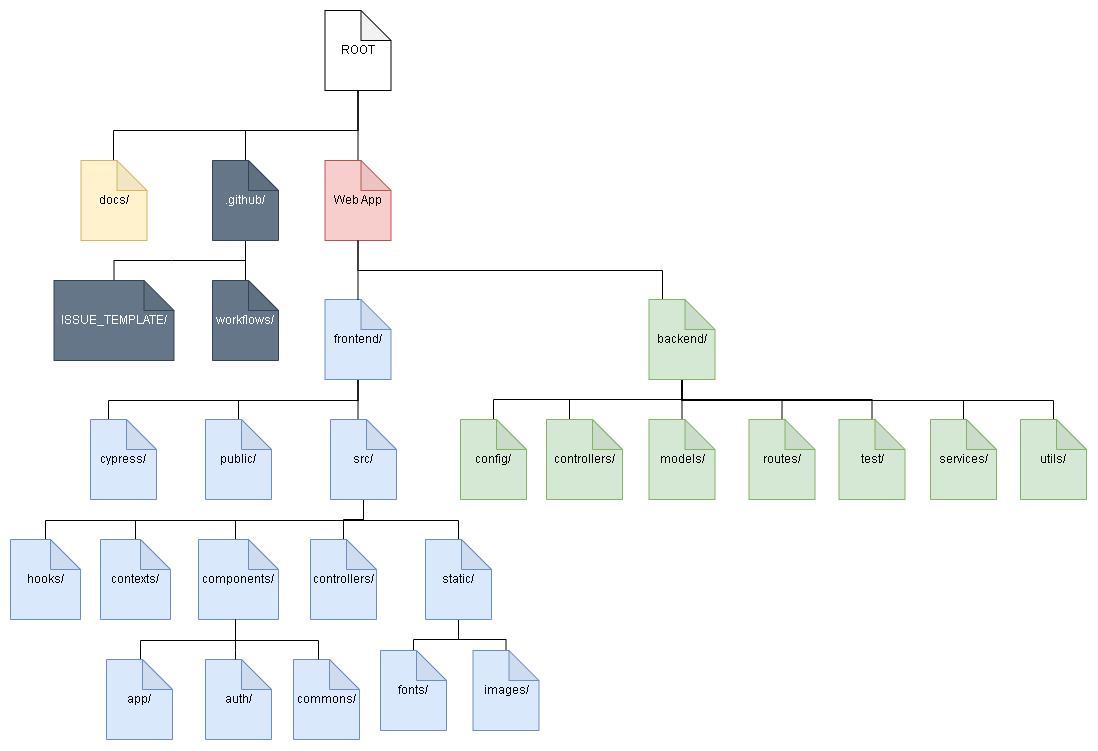
TommyRiquet/PVonWeb keeps this draw.io diagram as docs/diagram/filestructure/FileStructurePVW.drawio.png. Above is the earlier version. Source tidied: cells renumbered, new cells last; positions are measured from the earlier drawing's top-left corner, leaving out a move shared by most shapes.
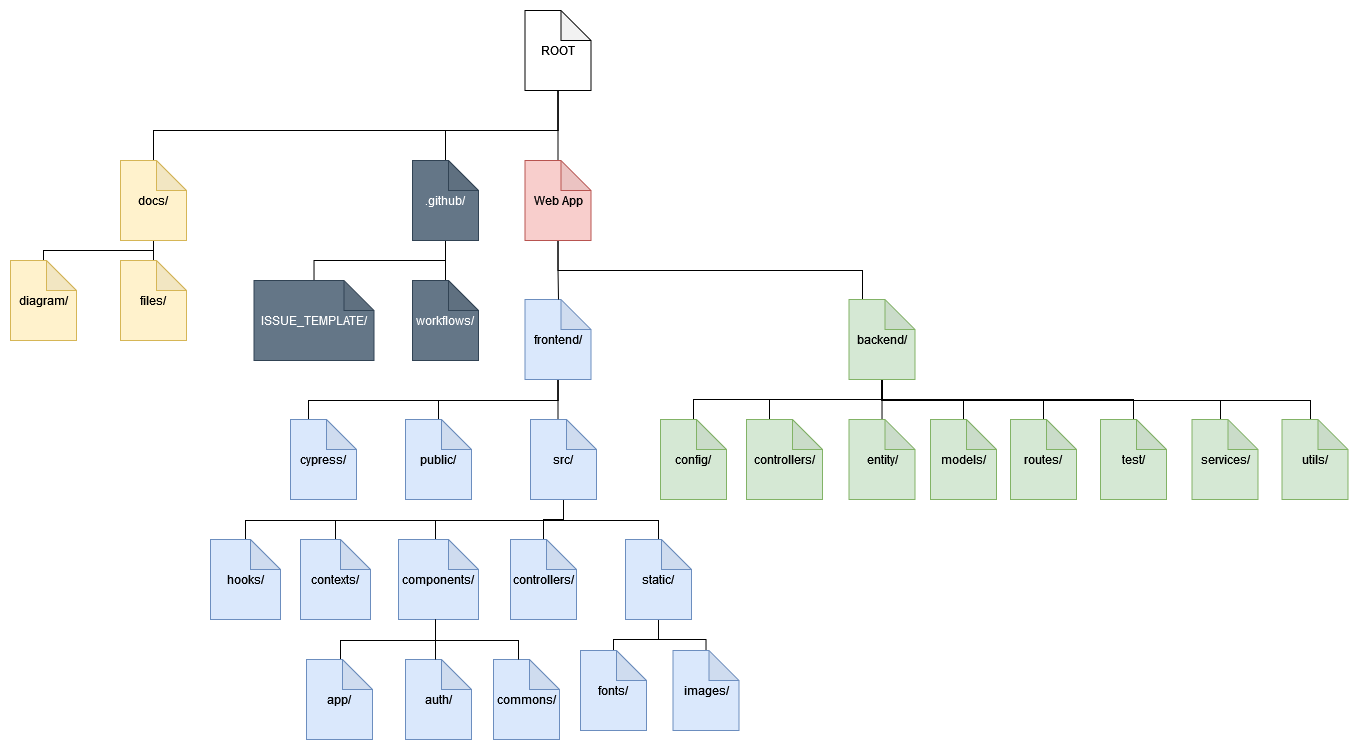
The same diagram one commit later.

Change to the diagram source:
```diff
@@ -24,8 +24,8 @@
     <mxCell id="5" style="edgeStyle=orthogonalEdgeStyle;rounded=0;jettySize=auto;html=1;endArrow=none;endFill=0;" parent="1" edge="1" source="6" target="44">
       <mxGeometry relative="1" as="geometry">
         <Array as="points">
-          <mxPoint x="347" y="120" />
-          <mxPoint x="103" y="120" />
+          <mxPoint x="348" y="120" />
+          <mxPoint x="-57" y="120" />
         </Array>
       </mxGeometry>
     </mxCell>
@@ -100,7 +100,7 @@
       <mxGeometry relative="1" as="geometry">
         <Array as="points">
           <mxPoint x="672" y="390" />
-          <mxPoint x="953" y="390" />
+          <mxPoint x="1010" y="390" />
         </Array>
       </mxGeometry>
     </mxCell>
@@ -108,10 +108,18 @@
       <mxGeometry relative="1" as="geometry">
         <Array as="points">
           <mxPoint x="672" y="390" />
-          <mxPoint x="1043" y="390" />
+          <mxPoint x="1100" y="390" />
         </Array>
       </mxGeometry>
     </mxCell>
+    <mxCell id="57" style="edgeStyle=orthogonalEdgeStyle;rounded=0;jettySize=auto;html=1;endArrow=none;endFill=0;" parent="1" edge="1" source="18" target="62">
+      <mxGeometry relative="1" as="geometry">
+        <Array as="points">
+          <mxPoint x="672" y="390" />
+          <mxPoint x="753" y="390" />
+        </Array>
+      </mxGeometry>
+    </mxCell>
     <mxCell id="18" value="backend/" style="shape=note;whiteSpace=wrap;html=1;backgroundOutline=1;darkOpacity=0.05;fillColor=#d5e8d4;strokeColor=#82b366;" parent="1" vertex="1">
       <mxGeometry x="638.5" y="289" width="66" height="80" as="geometry" />
     </mxCell>
@@ -199,14 +207,14 @@
     <mxCell id="36" value="static/" style="shape=note;whiteSpace=wrap;html=1;backgroundOutline=1;darkOpacity=0.05;fillColor=#dae8fc;strokeColor=#6c8ebf;" parent="1" vertex="1">
       <mxGeometry x="415" y="529" width="66" height="80" as="geometry" />
     </mxCell>
-    <mxCell id="37" value="models/" style="shape=note;whiteSpace=wrap;html=1;backgroundOutline=1;darkOpacity=0.05;fillColor=#d5e8d4;strokeColor=#82b366;" parent="1" vertex="1">
+    <mxCell id="37" value="entity/" style="shape=note;whiteSpace=wrap;html=1;backgroundOutline=1;darkOpacity=0.05;fillColor=#d5e8d4;strokeColor=#82b366;" parent="1" vertex="1">
       <mxGeometry x="638.5" y="409" width="66" height="80" as="geometry" />
     </mxCell>
     <mxCell id="38" value="routes/" style="shape=note;whiteSpace=wrap;html=1;backgroundOutline=1;darkOpacity=0.05;fillColor=#d5e8d4;strokeColor=#82b366;" parent="1" vertex="1">
-      <mxGeometry x="738.5" y="409" width="66" height="80" as="geometry" />
+      <mxGeometry x="800" y="409" width="66" height="80" as="geometry" />
     </mxCell>
     <mxCell id="39" value="test/" style="shape=note;whiteSpace=wrap;html=1;backgroundOutline=1;darkOpacity=0.05;fillColor=#d5e8d4;strokeColor=#82b366;" parent="1" vertex="1">
-      <mxGeometry x="828.5" y="409" width="66" height="80" as="geometry" />
+      <mxGeometry x="890" y="409" width="66" height="80" as="geometry" />
     </mxCell>
     <mxCell id="40" value="config/" style="shape=note;whiteSpace=wrap;html=1;backgroundOutline=1;darkOpacity=0.05;fillColor=#d5e8d4;strokeColor=#82b366;" parent="1" vertex="1">
       <mxGeometry x="450" y="409" width="66" height="80" as="geometry" />
@@ -220,8 +228,19 @@
     <mxCell id="43" value="auth/" style="shape=note;whiteSpace=wrap;html=1;backgroundOutline=1;darkOpacity=0.05;fillColor=#dae8fc;strokeColor=#6c8ebf;" parent="1" vertex="1">
       <mxGeometry x="195" y="649" width="66" height="80" as="geometry" />
     </mxCell>
+    <mxCell id="58" style="edgeStyle=orthogonalEdgeStyle;rounded=0;jettySize=auto;html=1;endArrow=none;endFill=0;" parent="1" edge="1" source="44" target="60">
+      <mxGeometry relative="1" as="geometry" />
+    </mxCell>
+    <mxCell id="59" style="edgeStyle=orthogonalEdgeStyle;rounded=0;jettySize=auto;html=1;endArrow=none;endFill=0;" parent="1" edge="1" source="44" target="61">
+      <mxGeometry relative="1" as="geometry">
+        <Array as="points">
+          <mxPoint x="-57" y="240" />
+          <mxPoint x="-167" y="240" />
+        </Array>
+      </mxGeometry>
+    </mxCell>
     <mxCell id="44" value="docs/" style="shape=note;whiteSpace=wrap;html=1;backgroundOutline=1;darkOpacity=0.05;fillColor=#fff2cc;strokeColor=#d6b656;" parent="1" vertex="1">
-      <mxGeometry x="70.5" y="150" width="66" height="80" as="geometry" />
+      <mxGeometry x="-90" y="150" width="66" height="80" as="geometry" />
     </mxCell>
     <mxCell id="45" value="Web App" style="shape=note;whiteSpace=wrap;html=1;backgroundOutline=1;darkOpacity=0.05;fillColor=#f8cecc;strokeColor=#b85450;" parent="1" vertex="1">
       <mxGeometry x="314.5" y="150" width="66" height="80" as="geometry" />
@@ -273,10 +292,19 @@
       <mxGeometry y="529" width="70" height="80" as="geometry" />
     </mxCell>
     <mxCell id="55" value="services/" style="shape=note;whiteSpace=wrap;html=1;backgroundOutline=1;darkOpacity=0.05;fillColor=#d5e8d4;strokeColor=#82b366;" parent="1" vertex="1">
-      <mxGeometry x="920" y="409" width="66" height="80" as="geometry" />
+      <mxGeometry x="981.5" y="409" width="66" height="80" as="geometry" />
     </mxCell>
     <mxCell id="56" value="utils/" style="shape=note;whiteSpace=wrap;html=1;backgroundOutline=1;darkOpacity=0.05;fillColor=#d5e8d4;strokeColor=#82b366;" parent="1" vertex="1">
-      <mxGeometry x="1010" y="409" width="66" height="80" as="geometry" />
+      <mxGeometry x="1071.5" y="409" width="66" height="80" as="geometry" />
     </mxCell>
+    <mxCell id="60" value="files/" style="shape=note;whiteSpace=wrap;html=1;backgroundOutline=1;darkOpacity=0.05;fillColor=#fff2cc;strokeColor=#d6b656;" parent="1" vertex="1">
+      <mxGeometry x="-90" y="250" width="66" height="80" as="geometry" />
+    </mxCell>
+    <mxCell id="61" value="diagram/" style="shape=note;whiteSpace=wrap;html=1;backgroundOutline=1;darkOpacity=0.05;fillColor=#fff2cc;strokeColor=#d6b656;" parent="1" vertex="1">
+      <mxGeometry x="-200" y="250" width="66" height="80" as="geometry" />
+    </mxCell>
+    <mxCell id="62" value="models/" style="shape=note;whiteSpace=wrap;html=1;backgroundOutline=1;darkOpacity=0.05;fillColor=#d5e8d4;strokeColor=#82b366;" parent="1" vertex="1">
+      <mxGeometry x="720" y="409" width="66" height="80" as="geometry" />
+    </mxCell>
   </root>
 </mxGraphModel>
```
